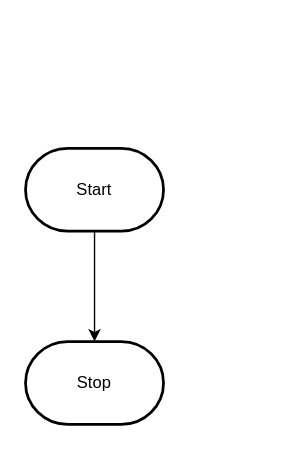
Before: design/flowchart.drawio in MTHS-ICD2O-1-2023/ICD2O-Unit-3-04-nathan-desilva, a draw.io diagram. Source tidied: cells renumbered, new cells numbered last; positions are measured from the earlier drawing's top-left corner, leaving out a move shared by most shapes. Both pictures are drawn from the tidied source at 138%, with x=0, y=0 at pixel (25, 148).
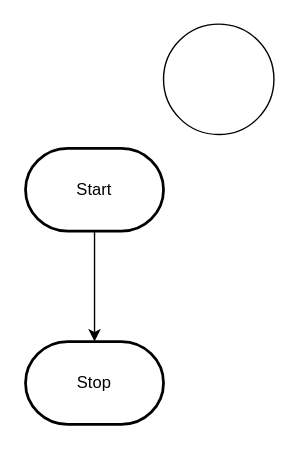
After the change.

Diff of the diagram source:
```diff
@@
 <mxGraphModel>
   <root>
     <mxCell id="0" />
     <mxCell id="1" parent="0" />
     <mxCell id="2" style="edgeStyle=orthogonalEdgeStyle;html=1;rounded=0;" parent="1" edge="1" source="3" target="4">
       <mxGeometry relative="1" as="geometry" />
     </mxCell>
     <mxCell id="3" value="Start" style="strokeWidth=2;html=1;shape=mxgraph.flowchart.terminator;whiteSpace=wrap;" parent="1" vertex="1">
       <mxGeometry width="100" height="60" as="geometry" />
     </mxCell>
     <mxCell id="4" value="Stop" style="strokeWidth=2;html=1;shape=mxgraph.flowchart.terminator;whiteSpace=wrap;" parent="1" vertex="1">
       <mxGeometry y="140" width="100" height="60" as="geometry" />
     </mxCell>
+    <mxCell id="5" style="ellipse;whiteSpace=wrap;html=1;" parent="1" vertex="1">
+      <mxGeometry x="100" y="-90" width="80" height="80" as="geometry" />
+    </mxCell>
   </root>
 </mxGraphModel>
```
